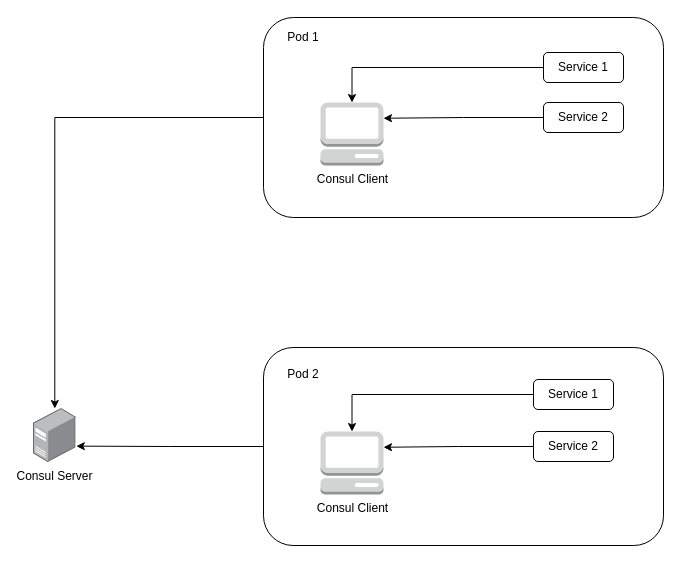
TechnoCrush/Diagrams keeps this draw.io diagram as Sample.drawio. Above is the earlier version. Source tidied: cells renumbered, new cells numbered last; positions are measured from the earlier drawing's top-left corner, leaving out a move shared by most shapes. Both pictures are drawn from the tidied source at 100%, with x=0, y=0 at pixel (33, 17).
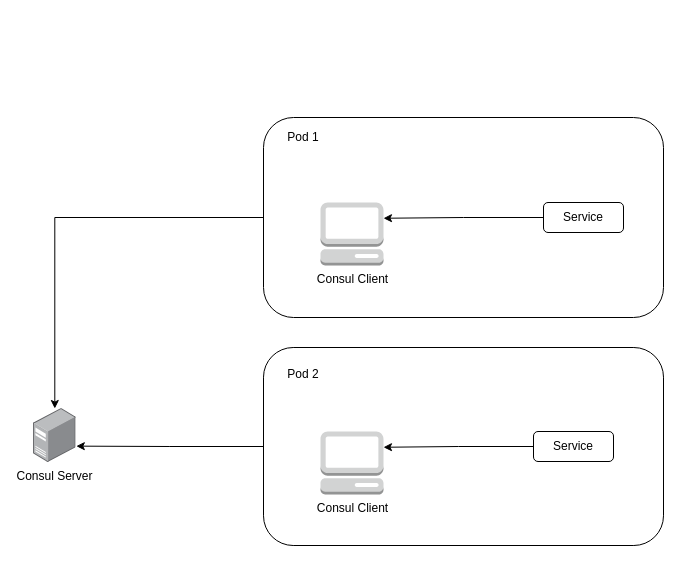
The same diagram, later.

The change refers to these unchanged cells:
```xml
<mxCell id="5" style="group;" parent="1" vertex="1">
  <mxGeometry x="230" y="330" width="400" height="198" as="geometry" />
</mxCell>
<mxCell id="7" value="Consul Client" style="outlineConnect=0;dashed=0;verticalLabelPosition=bottom;verticalAlign=top;align=center;html=1;shape=mxgraph.aws3.management_console;fillColor=#D2D3D3;gradientColor=none;" parent="5" vertex="1">
  <mxGeometry x="57" y="84" width="63" height="63" as="geometry" />
</mxCell>
<mxCell id="15" value="Consul Client" style="outlineConnect=0;dashed=0;verticalLabelPosition=bottom;verticalAlign=top;align=center;html=1;shape=mxgraph.aws3.management_console;fillColor=#D2D3D3;gradientColor=none;" parent="13" vertex="1">
  <mxGeometry x="57" y="85" width="63" height="63" as="geometry" />
</mxCell>
```

The edit, as a diff of the source:
```diff
@@
-    <mxCell id="9" value="Service 2" style="rounded=1;whiteSpace=wrap;html=1;" parent="5" vertex="1">
+    <mxCell id="9" value="Service" style="rounded=1;whiteSpace=wrap;html=1;" parent="5" vertex="1">
       <mxGeometry x="270" y="84" width="80" height="30" as="geometry" />
     </mxCell>
-    <mxCell id="10" style="edgeStyle=orthogonalEdgeStyle;rounded=0;jettySize=auto;html=1;exitX=0;exitY=0.5;exitDx=0;exitDy=0;entryX=0.5;entryY=0;entryDx=0;entryDy=0;entryPerimeter=0;" parent="5" edge="1" source="11" target="7">
-      <mxGeometry relative="1" as="geometry" />
-    </mxCell>
-    <mxCell id="11" value="Service 1" style="rounded=1;whiteSpace=wrap;html=1;" parent="5" vertex="1">
-      <mxGeometry x="270" y="32" width="80" height="30" as="geometry" />
-    </mxCell>
@@
     <mxCell id="13" style="group;" parent="1" vertex="1">
-      <mxGeometry x="230" width="400" height="200" as="geometry" />
+      <mxGeometry x="230" y="100" width="400" height="200" as="geometry" />
     </mxCell>
@@
-    <mxCell id="17" value="Service 2" style="rounded=1;whiteSpace=wrap;html=1;" parent="13" vertex="1">
+    <mxCell id="17" value="Service" style="rounded=1;whiteSpace=wrap;html=1;" parent="13" vertex="1">
       <mxGeometry x="280" y="85" width="80" height="30" as="geometry" />
     </mxCell>
-    <mxCell id="18" style="edgeStyle=orthogonalEdgeStyle;rounded=0;jettySize=auto;html=1;exitX=0;exitY=0.5;exitDx=0;exitDy=0;" parent="13" edge="1" source="19" target="15">
-      <mxGeometry relative="1" as="geometry" />
-    </mxCell>
-    <mxCell id="19" value="Service 1" style="rounded=1;whiteSpace=wrap;html=1;" parent="13" vertex="1">
-      <mxGeometry x="280" y="35" width="80" height="30" as="geometry" />
-    </mxCell>
```
